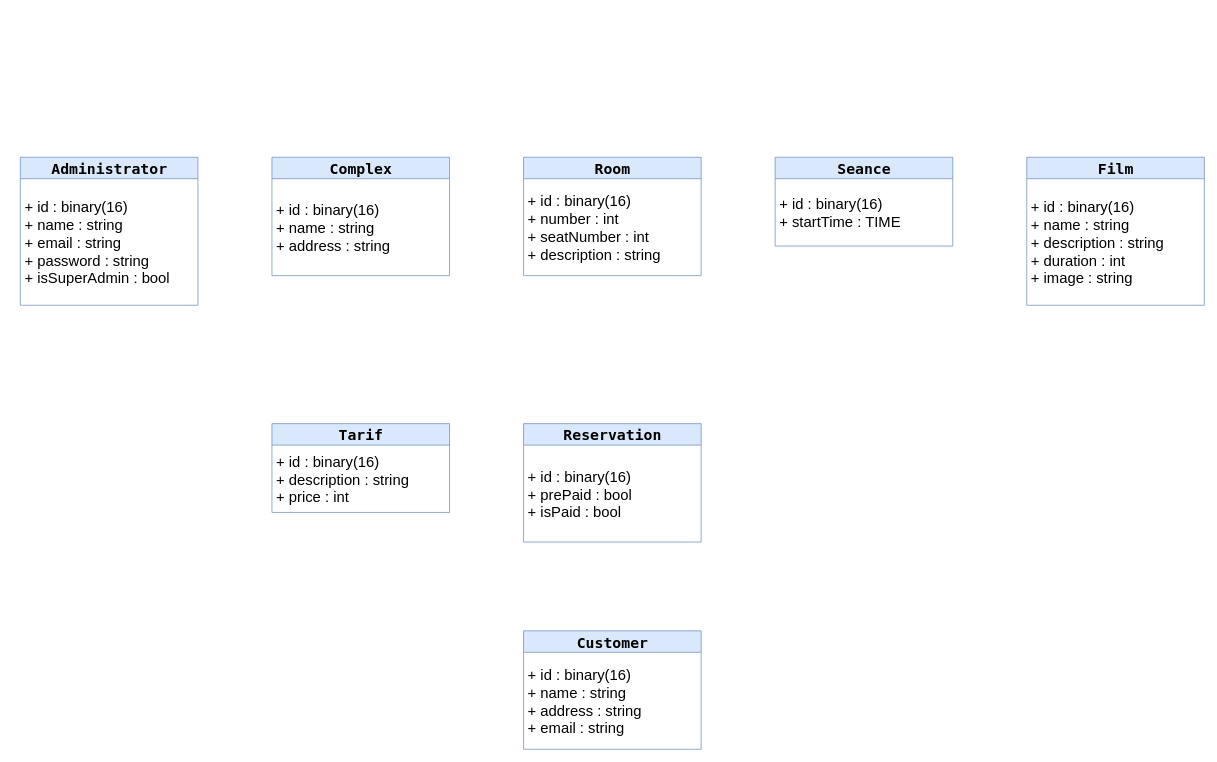
The draw.io diagram Diagramme de classes.drawio in CJiwan68/Evaluation-Studi---Cr-er-et-administrer-une-base-donn-es, before the edit. Source tidied: cells renumbered, new cells numbered last; positions are measured from the earlier drawing's top-left corner, leaving out a move shared by most shapes. Both pictures are drawn from the tidied source at 74%, with x=0, y=0 at pixel (20, 157).
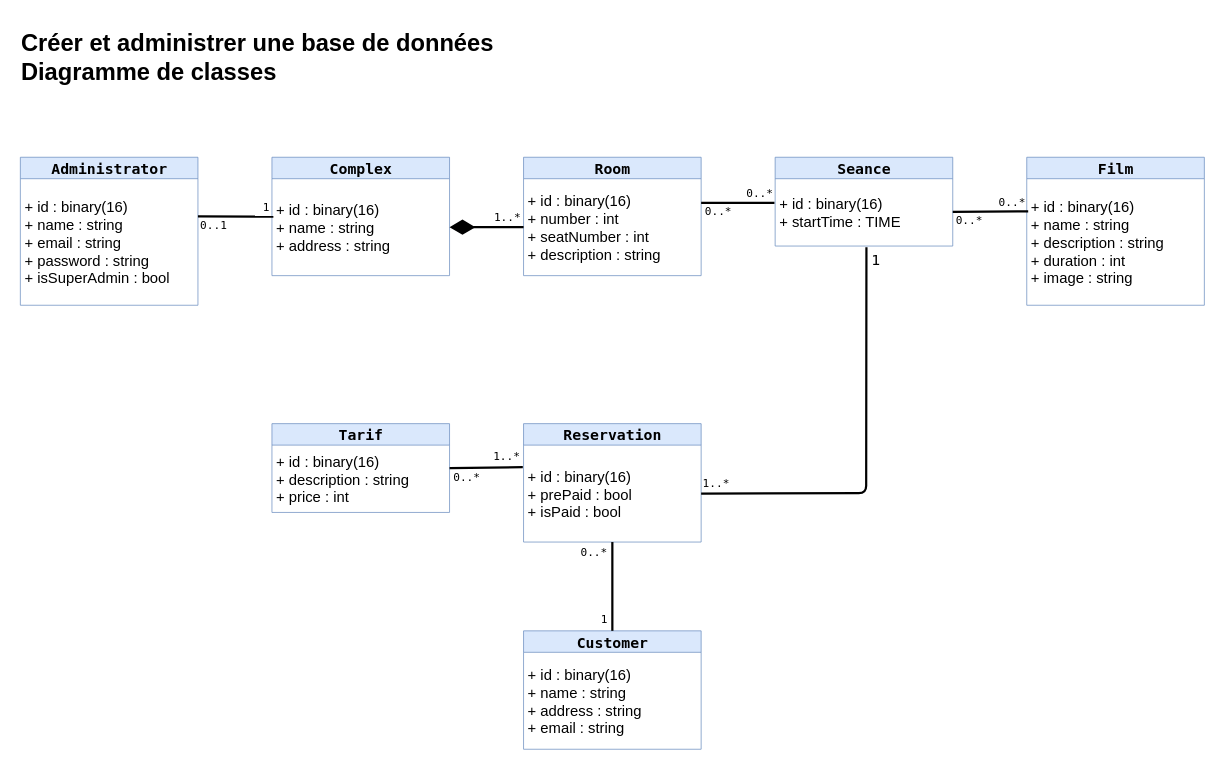
After the change.

Commit message:
Diagramme de classe

Seconde version

The change refers to these unchanged cells:
```xml
<mxCell id="3" value="+ id : binary(16)&lt;br style=&quot;font-size: 20px;&quot;&gt;+ name : string&lt;br style=&quot;font-size: 20px;&quot;&gt;+ email : string&lt;br style=&quot;font-size: 20px;&quot;&gt;+ password : string&lt;br style=&quot;font-size: 20px;&quot;&gt;+ isSuperAdmin : bool" style="text;html=1;strokeColor=none;fillColor=none;align=left;verticalAlign=middle;spacingLeft=4;spacingRight=4;overflow=hidden;points=[[0,0.5],[1,0.5]];portConstraint=eastwest;fontSize=20;" parent="2" vertex="1">
  <mxGeometry y="29" width="240" height="171" as="geometry" />
</mxCell>
<mxCell id="5" value="+ id : binary(16)&lt;br style=&quot;font-size: 20px;&quot;&gt;+ name : string&lt;br style=&quot;font-size: 20px;&quot;&gt;+ address : string" style="text;html=1;strokeColor=none;fillColor=none;align=left;verticalAlign=middle;spacingLeft=4;spacingRight=4;overflow=hidden;points=[[0,0.5],[1,0.5]];portConstraint=eastwest;fontSize=20;" parent="4" vertex="1">
  <mxGeometry y="29" width="240" height="131" as="geometry" />
</mxCell>
<mxCell id="7" value="+ id : binary(16)&lt;br style=&quot;font-size: 20px;&quot;&gt;+ number : int&lt;br style=&quot;font-size: 20px;&quot;&gt;+ seatNumber : int&lt;br style=&quot;font-size: 20px;&quot;&gt;+ description : string" style="text;html=1;strokeColor=none;fillColor=none;align=left;verticalAlign=middle;spacingLeft=4;spacingRight=4;overflow=hidden;points=[[0,0.5],[1,0.5]];portConstraint=eastwest;fontSize=20;" parent="6" vertex="1">
  <mxGeometry y="29" width="240" height="131" as="geometry" />
</mxCell>
<mxCell id="9" value="+ id : binary(16)&lt;br style=&quot;font-size: 20px;&quot;&gt;+ startTime : TIME" style="text;html=1;strokeColor=none;fillColor=none;align=left;verticalAlign=middle;spacingLeft=4;spacingRight=4;overflow=hidden;points=[[0,0.5],[1,0.5]];portConstraint=eastwest;fontSize=20;" parent="8" vertex="1">
  <mxGeometry y="29" width="240" height="91" as="geometry" />
</mxCell>
<mxCell id="11" value="+ id : binary(16)&lt;br style=&quot;font-size: 20px;&quot;&gt;+ name : string&lt;br style=&quot;font-size: 20px;&quot;&gt;+ description : string&lt;br style=&quot;font-size: 20px;&quot;&gt;+ duration : int&lt;br style=&quot;font-size: 20px;&quot;&gt;+ image : string" style="text;html=1;strokeColor=none;fillColor=none;align=left;verticalAlign=middle;spacingLeft=4;spacingRight=4;overflow=hidden;points=[[0,0.5],[1,0.5]];portConstraint=eastwest;fontSize=20;" parent="10" vertex="1">
  <mxGeometry y="29" width="240" height="171" as="geometry" />
</mxCell>
<mxCell id="15" value="+ id : binary(16)&lt;br style=&quot;font-size: 20px;&quot;&gt;+ prePaid : bool&lt;br style=&quot;font-size: 20px;&quot;&gt;+ isPaid : bool" style="text;html=1;strokeColor=none;fillColor=none;align=left;verticalAlign=middle;spacingLeft=4;spacingRight=4;overflow=hidden;points=[[0,0.5],[1,0.5]];portConstraint=eastwest;fontSize=20;" parent="14" vertex="1">
  <mxGeometry y="29" width="240" height="131" as="geometry" />
</mxCell>
<mxCell id="16" value="Customer" style="swimlane;fontStyle=1;align=center;verticalAlign=middle;horizontal=1;startSize=29;html=1;fillColor=#dae8fc;strokeColor=#6c8ebf;fontFamily=Lucida Console;fontSize=20;" parent="1" vertex="1">
  <mxGeometry x="680" y="640" width="240" height="160" as="geometry" />
</mxCell>
```

Diff of the diagram source:
```diff
@@
+    <mxCell id="18" style="endArrow=none;startArrow=none;endFill=0;startFill=0;endSize=8;html=1;verticalAlign=bottom;labelBackgroundColor=none;strokeWidth=3;fontFamily=Lucida Console;fontSize=20;entryX=0.514;entryY=1.019;entryDx=0;entryDy=0;entryPerimeter=0;exitX=1;exitY=0.5;exitDx=0;exitDy=0;sketch=0;shadow=0;rounded=1;" parent="1" edge="1" source="15" target="9">
+      <mxGeometry relative="1" as="geometry">
+        <Array as="points">
+          <mxPoint x="1143" y="454" />
+        </Array>
+      </mxGeometry>
+    </mxCell>
+    <mxCell id="19" value="1" style="edgeLabel;html=1;align=center;verticalAlign=middle;fontSize=20;fontFamily=Lucida Console;" parent="18" vertex="1">
+      <mxGeometry x="0.8" y="-3" relative="1" as="geometry">
+        <mxPoint x="9" y="-40" as="offset" />
+      </mxGeometry>
+    </mxCell>
+    <mxCell id="20" value="1..*" style="edgeLabel;html=1;align=center;verticalAlign=middle;fontSize=15;fontFamily=Lucida Console;" parent="18" vertex="1">
+      <mxGeometry x="-0.91" y="1" relative="1" as="geometry">
+        <mxPoint x="-5" y="-14" as="offset" />
+      </mxGeometry>
+    </mxCell>
+    <mxCell id="21" style="endArrow=none;startArrow=none;endFill=0;startFill=0;endSize=8;html=1;verticalAlign=bottom;labelBackgroundColor=none;strokeWidth=3;rounded=1;shadow=0;sketch=0;fontFamily=Lucida Console;fontSize=20;exitX=0.5;exitY=0;exitDx=0;exitDy=0;" parent="1" edge="1" source="16">
+      <mxGeometry relative="1" as="geometry">
+        <mxPoint x="800" y="520" as="targetPoint" />
+      </mxGeometry>
+    </mxCell>
+    <mxCell id="22" value="0..*" style="edgeLabel;html=1;align=center;verticalAlign=middle;fontSize=15;fontFamily=Lucida Console;" parent="21" vertex="1">
+      <mxGeometry x="0.76" y="-3" relative="1" as="geometry">
+        <mxPoint x="-29" y="-2" as="offset" />
+      </mxGeometry>
+    </mxCell>
+    <mxCell id="23" value="1" style="edgeLabel;html=1;align=center;verticalAlign=middle;fontSize=15;fontFamily=Lucida Console;" parent="21" vertex="1">
+      <mxGeometry x="-0.65" y="1" relative="1" as="geometry">
+        <mxPoint x="-11" y="4" as="offset" />
+      </mxGeometry>
+    </mxCell>
+    <mxCell id="24" style="endArrow=none;startArrow=none;endFill=0;startFill=0;endSize=8;html=1;verticalAlign=bottom;labelBackgroundColor=none;strokeWidth=3;rounded=1;shadow=0;sketch=0;fontFamily=Lucida Console;fontSize=20;entryX=-0.004;entryY=0.228;entryDx=0;entryDy=0;entryPerimeter=0;" parent="1" edge="1" target="15">
+      <mxGeometry relative="1" as="geometry">
+        <mxPoint x="580" y="420" as="sourcePoint" />
+      </mxGeometry>
+    </mxCell>
+    <mxCell id="25" value="1..*" style="edgeLabel;html=1;align=center;verticalAlign=middle;fontSize=15;fontFamily=Lucida Console;" parent="24" vertex="1">
+      <mxGeometry x="0.65" relative="1" as="geometry">
+        <mxPoint x="-5" y="-16" as="offset" />
+      </mxGeometry>
+    </mxCell>
+    <mxCell id="26" value="0..*" style="edgeLabel;html=1;align=center;verticalAlign=middle;fontSize=15;fontFamily=Lucida Console;" parent="24" vertex="1">
+      <mxGeometry x="-0.7" y="-6" relative="1" as="geometry">
+        <mxPoint x="7" y="6" as="offset" />
+      </mxGeometry>
+    </mxCell>
+    <mxCell id="27" style="endArrow=none;startArrow=none;endFill=0;startFill=0;endSize=8;html=1;verticalAlign=bottom;labelBackgroundColor=none;strokeWidth=3;rounded=1;shadow=0;sketch=0;fontFamily=Lucida Console;fontSize=20;entryX=0.008;entryY=0.258;entryDx=0;entryDy=0;entryPerimeter=0;" parent="1" edge="1" source="9" target="11">
+      <mxGeometry relative="1" as="geometry" />
+    </mxCell>
+    <mxCell id="28" value="0..*" style="edgeLabel;html=1;align=center;verticalAlign=middle;fontSize=15;fontFamily=Lucida Console;" parent="27" vertex="1">
+      <mxGeometry x="-0.68" y="-1" relative="1" as="geometry">
+        <mxPoint x="5" y="10" as="offset" />
+      </mxGeometry>
+    </mxCell>
+    <mxCell id="29" value="0..*" style="edgeLabel;html=1;align=center;verticalAlign=middle;fontSize=15;fontFamily=Lucida Console;" parent="27" vertex="1">
+      <mxGeometry x="0.66" relative="1" as="geometry">
+        <mxPoint x="-5" y="-14" as="offset" />
+      </mxGeometry>
+    </mxCell>
+    <mxCell id="30" style="endArrow=none;startArrow=none;endFill=0;startFill=0;endSize=8;html=1;verticalAlign=bottom;labelBackgroundColor=none;strokeWidth=3;rounded=1;shadow=0;sketch=0;fontFamily=Lucida Console;fontSize=20;entryX=-0.004;entryY=0.359;entryDx=0;entryDy=0;entryPerimeter=0;exitX=1;exitY=0.249;exitDx=0;exitDy=0;exitPerimeter=0;" parent="1" edge="1" source="7" target="9">
+      <mxGeometry relative="1" as="geometry" />
+    </mxCell>
+    <mxCell id="31" value="0..*" style="edgeLabel;html=1;align=center;verticalAlign=middle;fontSize=15;fontFamily=Lucida Console;" parent="30" vertex="1">
+      <mxGeometry x="-0.3" y="1" relative="1" as="geometry">
+        <mxPoint x="-13" y="12" as="offset" />
+      </mxGeometry>
+    </mxCell>
+    <mxCell id="32" value="0..*" style="edgeLabel;html=1;align=center;verticalAlign=middle;fontSize=15;fontFamily=Lucida Console;" parent="30" vertex="1">
+      <mxGeometry x="0.57" y="-1" relative="1" as="geometry">
+        <mxPoint x="1" y="-15" as="offset" />
+      </mxGeometry>
+    </mxCell>
+    <mxCell id="33" style="endArrow=none;startArrow=none;endFill=0;startFill=0;endSize=8;html=1;verticalAlign=bottom;labelBackgroundColor=none;strokeWidth=3;rounded=1;shadow=0;sketch=0;fontFamily=Lucida Console;fontSize=15;exitX=1;exitY=0.298;exitDx=0;exitDy=0;exitPerimeter=0;entryX=0.008;entryY=0.391;entryDx=0;entryDy=0;entryPerimeter=0;" parent="1" edge="1" source="3" target="5">
+      <mxGeometry relative="1" as="geometry" />
+    </mxCell>
+    <mxCell id="34" value="0..1" style="edgeLabel;html=1;align=center;verticalAlign=middle;fontSize=15;fontFamily=Lucida Console;" parent="33" vertex="1">
+      <mxGeometry x="-0.54" y="-2" relative="1" as="geometry">
+        <mxPoint x="-2" y="9" as="offset" />
+      </mxGeometry>
+    </mxCell>
+    <mxCell id="35" value="1" style="edgeLabel;html=1;align=center;verticalAlign=middle;fontSize=15;fontFamily=Lucida Console;" parent="33" vertex="1">
+      <mxGeometry x="0.63" y="1" relative="1" as="geometry">
+        <mxPoint x="8" y="-13" as="offset" />
+      </mxGeometry>
+    </mxCell>
+    <mxCell id="36" style="endArrow=none;startArrow=diamondThin;endFill=0;startFill=1;html=1;verticalAlign=bottom;labelBackgroundColor=none;strokeWidth=3;startSize=26;endSize=8;rounded=1;shadow=0;sketch=0;fontFamily=Lucida Console;fontSize=15;entryX=0;entryY=0.5;entryDx=0;entryDy=0;" parent="1" edge="1" source="5" target="7">
+      <mxGeometry relative="1" as="geometry" />
+    </mxCell>
+    <mxCell id="37" value="1..*" style="edgeLabel;html=1;align=center;verticalAlign=middle;fontSize=15;fontFamily=Lucida Console;" parent="36" vertex="1">
+      <mxGeometry x="0.47" y="-3" relative="1" as="geometry">
+        <mxPoint x="3" y="-18" as="offset" />
+      </mxGeometry>
+    </mxCell>
+    <mxCell id="38" value="&lt;h1 style=&quot;text-align: left ; font-size: 32px&quot;&gt;&lt;font style=&quot;font-size: 32px&quot; face=&quot;Helvetica&quot;&gt;Créer et administrer une base de données&lt;br&gt;&lt;/font&gt;&lt;font style=&quot;font-size: 32px&quot; face=&quot;Helvetica&quot;&gt;Diagramme de classes&lt;/font&gt;&lt;/h1&gt;" style="text;strokeColor=none;fillColor=none;html=1;fontSize=24;fontStyle=1;verticalAlign=middle;align=center;fontFamily=Lucida Console;" parent="1" vertex="1">
+      <mxGeometry x="-10" y="-180" width="660" height="90" as="geometry" />
+    </mxCell>
```
